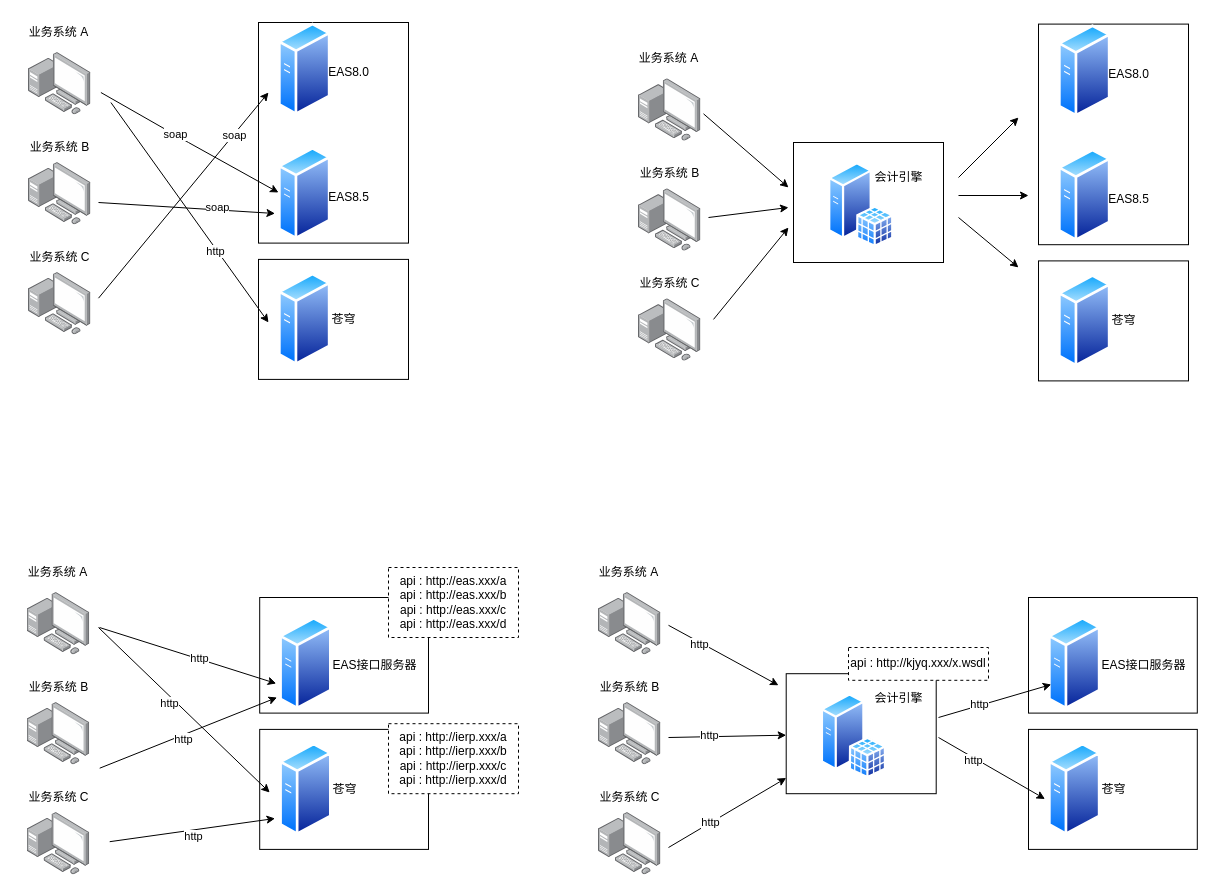
Before: 230306.drawio in Alphathur/diagram, a draw.io diagram. Source tidied: cells renumbered, new cells numbered last; positions are measured from the earlier drawing's top-left corner, leaving out a move shared by most shapes. Both pictures are drawn from the tidied source at 100%, with x=0, y=0 at pixel (17, 17).
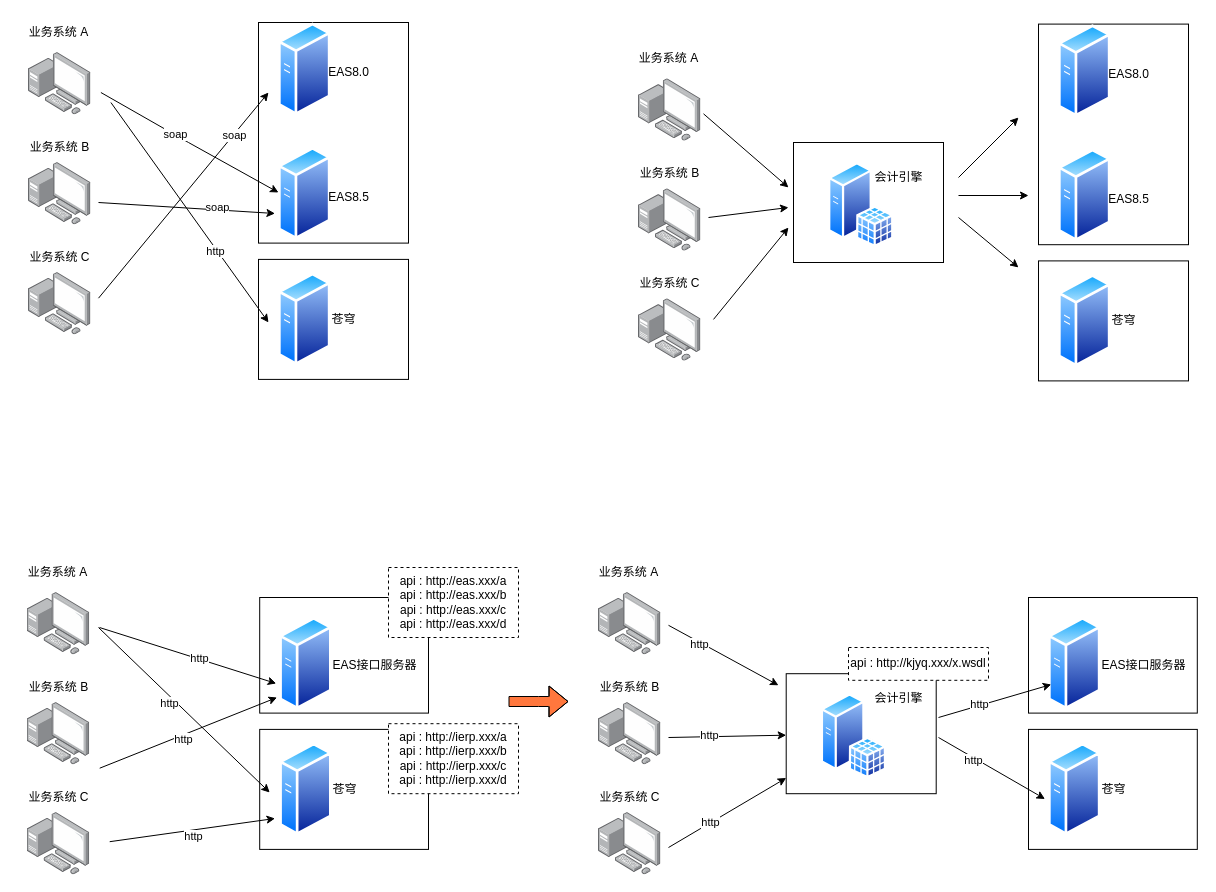
The same diagram, later.

What changed in the source:
```diff
@@
+    <mxCell id="95" style="shape=flexArrow;endArrow=classic;html=1;rounded=0;fillColor=#FF773D;" parent="1" edge="1">
+      <mxGeometry relative="1" as="geometry">
+        <mxPoint x="491" y="684" as="sourcePoint" />
+        <mxPoint x="551" y="684" as="targetPoint" />
+        <Array as="points">
+          <mxPoint x="521" y="684" />
+          <mxPoint x="531" y="684" />
+        </Array>
+      </mxGeometry>
+    </mxCell>
```
